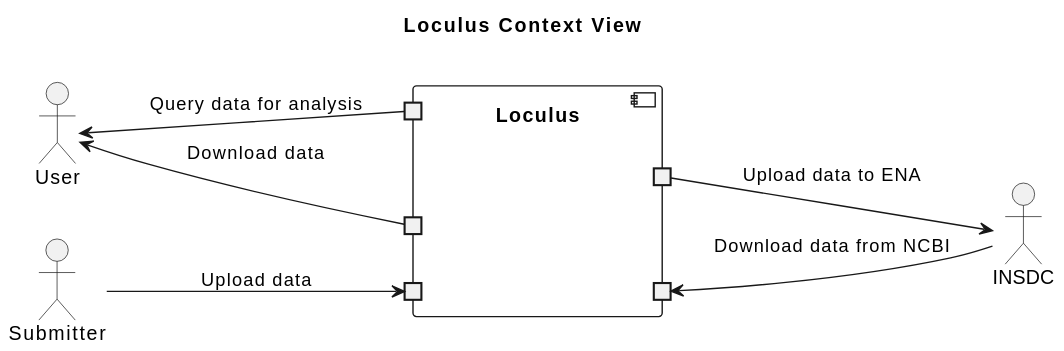
loculus-project/loculus keeps this PlantUML diagram as architecture_docs/plantuml/03_context_view.svg. Above is the earlier version. Source of this version:
```plantuml
@startuml
title Loculus Context View
left to right direction

actor User as user
actor Submitter as submitter
actor INSDC as insdc

component Loculus as loculus {
    portin " " as download
    portin " " as analysis
    portin " " as upload
    portout " " as ingest
    portout " " as deposition
}

user <-- download : Download data
user <-- analysis : Query data for analysis
submitter --> upload : Upload data

insdc -down-> ingest : Download data from NCBI
insdc <-up- deposition : Upload data to ENA
@enduml
```
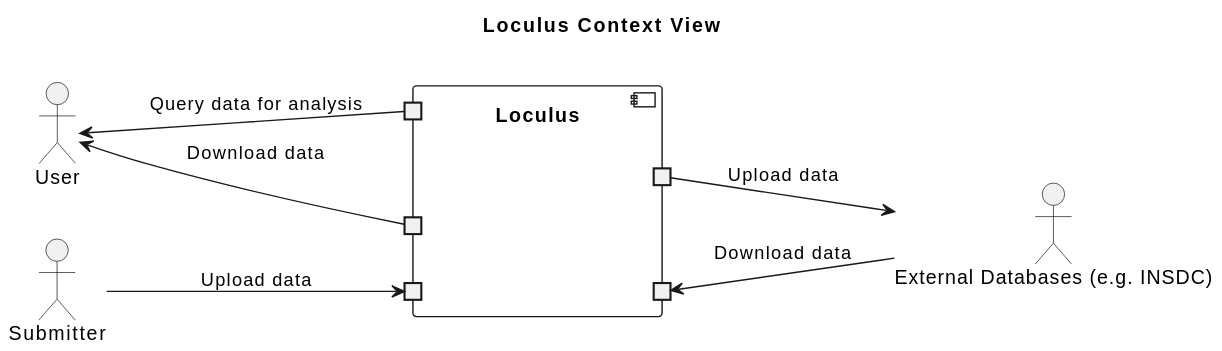
After the change.

What changed in the source:
```diff
@@ -4,7 +4,7 @@
 
 actor User as user
 actor Submitter as submitter
-actor INSDC as insdc
+actor "External Databases (e.g. INSDC)" as externalDatabases
 
 component Loculus as loculus {
     portin " " as download
@@ -18,6 +18,6 @@
 user <-- analysis : Query data for analysis
 submitter --> upload : Upload data
 
-insdc -down-> ingest : Download data from NCBI
-insdc <-up- deposition : Upload data to ENA
+externalDatabases -down-> ingest : Download data
+externalDatabases <-up- deposition : Upload data
 @enduml
```
